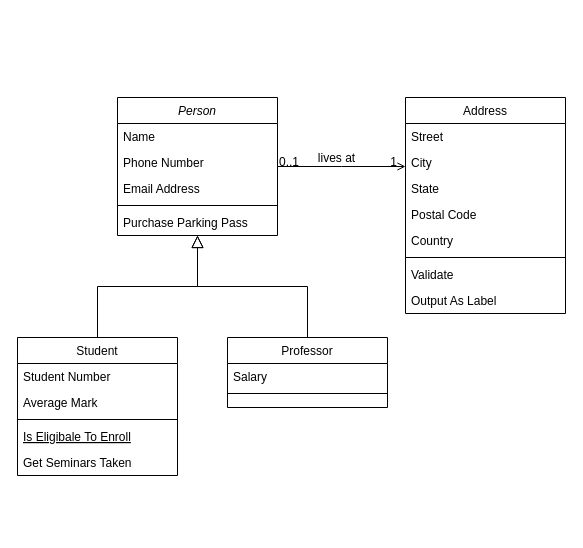
This is Untitled Diagram.drawio from SantiagoTangarife/reto3, a draw.io file, before an edit. Source tidied: cells renumbered, new cells numbered last; positions are measured from the earlier drawing's top-left corner, leaving out a move shared by most shapes. Both pictures are drawn from the tidied source at 100%, with x=0, y=0 at pixel (17, 97).
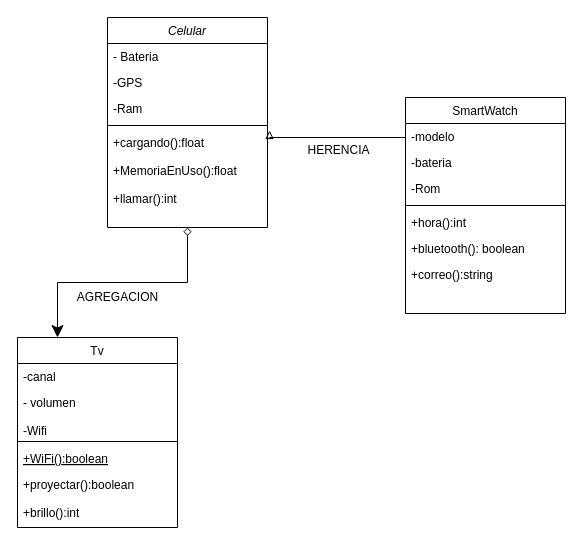
The same page after the edit.

Commit message:
RETO 3 ARLEY SANTIAGO TANGARIFE

Diff of the diagram source:
```diff
@@
-    <mxCell id="2" value="Person" style="swimlane;fontStyle=2;align=center;verticalAlign=top;horizontal=1;startSize=26;rounded=0;shadow=0;strokeWidth=1;" parent="1" vertex="1">
-      <mxGeometry x="100" width="160" height="138" as="geometry" />
+    <mxCell id="2" value="Celular" style="swimlane;fontStyle=2;align=center;verticalAlign=top;horizontal=1;startSize=26;rounded=0;shadow=0;strokeWidth=1;" parent="1" vertex="1">
+      <mxGeometry x="90" y="-80" width="160" height="210" as="geometry" />
     </mxCell>
-    <mxCell id="3" value="Name" style="text;align=left;verticalAlign=top;spacingLeft=4;spacingRight=4;overflow=hidden;" parent="2" vertex="1">
+    <mxCell id="3" value="- Bateria" style="text;align=left;verticalAlign=top;spacingLeft=4;spacingRight=4;overflow=hidden;" parent="2" vertex="1">
       <mxGeometry y="26" width="160" height="26" as="geometry" />
     </mxCell>
-    <mxCell id="4" value="Phone Number" style="text;align=left;verticalAlign=top;spacingLeft=4;spacingRight=4;overflow=hidden;rounded=0;shadow=0;html=0;" parent="2" vertex="1">
+    <mxCell id="4" value="-GPS" style="text;align=left;verticalAlign=top;spacingLeft=4;spacingRight=4;overflow=hidden;rounded=0;shadow=0;html=0;" parent="2" vertex="1">
       <mxGeometry y="52" width="160" height="26" as="geometry" />
     </mxCell>
-    <mxCell id="5" value="Email Address" style="text;align=left;verticalAlign=top;spacingLeft=4;spacingRight=4;overflow=hidden;rounded=0;shadow=0;html=0;" parent="2" vertex="1">
+    <mxCell id="5" value="-Ram" style="text;align=left;verticalAlign=top;spacingLeft=4;spacingRight=4;overflow=hidden;rounded=0;shadow=0;html=0;" parent="2" vertex="1">
       <mxGeometry y="78" width="160" height="26" as="geometry" />
     </mxCell>
@@
-    <mxCell id="7" value="Purchase Parking Pass" style="text;align=left;verticalAlign=top;spacingLeft=4;spacingRight=4;overflow=hidden;points=[[0,0.5],[1,0.5]];portConstraint=eastwest;" parent="2" vertex="1">
-      <mxGeometry y="112" width="160" height="26" as="geometry" />
+    <mxCell id="7" value="+cargando():float&#10;&#10;+MemoriaEnUso():float&#10;&#10;+llamar():int" style="text;align=left;verticalAlign=top;spacingLeft=4;spacingRight=4;overflow=hidden;points=[[0,0.5],[1,0.5]];portConstraint=eastwest;" parent="2" vertex="1">
+      <mxGeometry y="112" width="160" height="88" as="geometry" />
     </mxCell>
-    <mxCell id="8" value="Student" style="swimlane;fontStyle=0;align=center;verticalAlign=top;horizontal=1;startSize=26;rounded=0;shadow=0;strokeWidth=1;" parent="1" vertex="1">
-      <mxGeometry y="240" width="160" height="138" as="geometry" />
+    <mxCell id="8" value="Tv" style="swimlane;fontStyle=0;align=center;verticalAlign=top;horizontal=1;startSize=26;rounded=0;shadow=0;strokeWidth=1;" parent="1" vertex="1">
+      <mxGeometry y="240" width="160" height="190" as="geometry" />
     </mxCell>
-    <mxCell id="9" value="Student Number" style="text;align=left;verticalAlign=top;spacingLeft=4;spacingRight=4;overflow=hidden;" parent="8" vertex="1">
+    <mxCell id="9" value="-canal" style="text;align=left;verticalAlign=top;spacingLeft=4;spacingRight=4;overflow=hidden;" parent="8" vertex="1">
       <mxGeometry y="26" width="160" height="26" as="geometry" />
     </mxCell>
-    <mxCell id="10" value="Average Mark" style="text;align=left;verticalAlign=top;spacingLeft=4;spacingRight=4;overflow=hidden;rounded=0;shadow=0;html=0;" parent="8" vertex="1">
-      <mxGeometry y="52" width="160" height="26" as="geometry" />
+    <mxCell id="10" value="- volumen&#10;&#10;-Wifi" style="text;align=left;verticalAlign=top;spacingLeft=4;spacingRight=4;overflow=hidden;rounded=0;shadow=0;html=0;" parent="8" vertex="1">
+      <mxGeometry y="52" width="160" height="48" as="geometry" />
     </mxCell>
     <mxCell id="11" style="line;html=1;strokeWidth=1;align=left;verticalAlign=middle;spacingTop=-1;spacingLeft=3;spacingRight=3;labelPosition=right;" parent="8" vertex="1">
-      <mxGeometry y="78" width="160" height="8" as="geometry" />
+      <mxGeometry y="100" width="160" height="8" as="geometry" />
     </mxCell>
-    <mxCell id="12" value="Is Eligibale To Enroll" style="text;align=left;verticalAlign=top;spacingLeft=4;spacingRight=4;overflow=hidden;fontStyle=4;" parent="8" vertex="1">
-      <mxGeometry y="86" width="160" height="26" as="geometry" />
+    <mxCell id="12" value="+WiFi():boolean" style="text;align=left;verticalAlign=top;spacingLeft=4;spacingRight=4;overflow=hidden;fontStyle=4;" parent="8" vertex="1">
+      <mxGeometry y="108" width="160" height="26" as="geometry" />
     </mxCell>
-    <mxCell id="13" value="Get Seminars Taken" style="text;align=left;verticalAlign=top;spacingLeft=4;spacingRight=4;overflow=hidden;" parent="8" vertex="1">
-      <mxGeometry y="112" width="160" height="26" as="geometry" />
+    <mxCell id="13" value="+proyectar():boolean&#10;&#10;+brillo():int" style="text;align=left;verticalAlign=top;spacingLeft=4;spacingRight=4;overflow=hidden;" parent="8" vertex="1">
+      <mxGeometry y="134" width="160" height="56" as="geometry" />
     </mxCell>
-    <mxCell id="14" style="endArrow=block;endSize=10;endFill=0;shadow=0;strokeWidth=1;rounded=0;edgeStyle=elbowEdgeStyle;elbow=vertical;" parent="1" edge="1" source="8" target="2">
+    <mxCell id="14" style="endArrow=classic;endSize=10;endFill=1;shadow=0;strokeWidth=1;rounded=0;edgeStyle=elbowEdgeStyle;elbow=vertical;entryX=0.25;entryY=0;entryDx=0;entryDy=0;exitX=0.5;exitY=1;exitDx=0;exitDy=0;startArrow=diamond;startFill=0;" parent="1" edge="1" source="2" target="8">
       <mxGeometry relative="1" as="geometry" />
     </mxCell>
-    <mxCell id="15" value="Professor" style="swimlane;fontStyle=0;align=center;verticalAlign=top;horizontal=1;startSize=26;rounded=0;shadow=0;strokeWidth=1;" parent="1" vertex="1">
-      <mxGeometry x="210" y="240" width="160" height="70" as="geometry" />
-    </mxCell>
-    <mxCell id="16" value="Salary" style="text;align=left;verticalAlign=top;spacingLeft=4;spacingRight=4;overflow=hidden;" parent="15" vertex="1">
-      <mxGeometry y="26" width="160" height="26" as="geometry" />
-    </mxCell>
-    <mxCell id="17" style="line;html=1;strokeWidth=1;align=left;verticalAlign=middle;spacingTop=-1;spacingLeft=3;spacingRight=3;labelPosition=right;" parent="15" vertex="1">
-      <mxGeometry y="52" width="160" height="8" as="geometry" />
-    </mxCell>
-    <mxCell id="18" style="endArrow=block;endSize=10;endFill=0;shadow=0;strokeWidth=1;rounded=0;edgeStyle=elbowEdgeStyle;elbow=vertical;" parent="1" edge="1" source="15" target="2">
-      <mxGeometry relative="1" as="geometry" />
-    </mxCell>
-    <mxCell id="19" value="Address" style="swimlane;fontStyle=0;align=center;verticalAlign=top;horizontal=1;startSize=26;rounded=0;shadow=0;strokeWidth=1;" parent="1" vertex="1">
+    <mxCell id="19" value="SmartWatch" style="swimlane;fontStyle=0;align=center;verticalAlign=top;horizontal=1;startSize=26;rounded=0;shadow=0;strokeWidth=1;" parent="1" vertex="1">
       <mxGeometry x="388" width="160" height="216" as="geometry" />
     </mxCell>
-    <mxCell id="20" value="Street" style="text;align=left;verticalAlign=top;spacingLeft=4;spacingRight=4;overflow=hidden;" parent="19" vertex="1">
+    <mxCell id="20" value="-modelo" style="text;align=left;verticalAlign=top;spacingLeft=4;spacingRight=4;overflow=hidden;" parent="19" vertex="1">
       <mxGeometry y="26" width="160" height="26" as="geometry" />
     </mxCell>
-    <mxCell id="21" value="City" style="text;align=left;verticalAlign=top;spacingLeft=4;spacingRight=4;overflow=hidden;rounded=0;shadow=0;html=0;" parent="19" vertex="1">
+    <mxCell id="21" value="-bateria" style="text;align=left;verticalAlign=top;spacingLeft=4;spacingRight=4;overflow=hidden;rounded=0;shadow=0;html=0;" parent="19" vertex="1">
       <mxGeometry y="52" width="160" height="26" as="geometry" />
     </mxCell>
-    <mxCell id="22" value="State" style="text;align=left;verticalAlign=top;spacingLeft=4;spacingRight=4;overflow=hidden;rounded=0;shadow=0;html=0;" parent="19" vertex="1">
+    <mxCell id="22" value="-Rom" style="text;align=left;verticalAlign=top;spacingLeft=4;spacingRight=4;overflow=hidden;rounded=0;shadow=0;html=0;" parent="19" vertex="1">
       <mxGeometry y="78" width="160" height="26" as="geometry" />
     </mxCell>
+    <mxCell id="25" style="line;html=1;strokeWidth=1;align=left;verticalAlign=middle;spacingTop=-1;spacingLeft=3;spacingRight=3;labelPosition=right;" parent="19" vertex="1">
+      <mxGeometry y="104" width="160" height="8" as="geometry" />
+    </mxCell>
-    <mxCell id="23" value="Postal Code" style="text;align=left;verticalAlign=top;spacingLeft=4;spacingRight=4;overflow=hidden;points=[[0,0.5],[1,0.5]];portConstraint=eastwest;rounded=0;shadow=0;html=0;" parent="19" vertex="1">
-      <mxGeometry y="104" width="160" height="26" as="geometry" />
+    <mxCell id="23" value="+hora():int" style="text;align=left;verticalAlign=top;spacingLeft=4;spacingRight=4;overflow=hidden;points=[[0,0.5],[1,0.5]];portConstraint=eastwest;rounded=0;shadow=0;html=0;" parent="19" vertex="1">
+      <mxGeometry y="112" width="160" height="26" as="geometry" />
     </mxCell>
-    <mxCell id="24" value="Country" style="text;align=left;verticalAlign=top;spacingLeft=4;spacingRight=4;overflow=hidden;rounded=0;shadow=0;html=0;" parent="19" vertex="1">
-      <mxGeometry y="130" width="160" height="26" as="geometry" />
+    <mxCell id="24" value="+bluetooth(): boolean" style="text;align=left;verticalAlign=top;spacingLeft=4;spacingRight=4;overflow=hidden;rounded=0;shadow=0;html=0;" parent="19" vertex="1">
+      <mxGeometry y="138" width="160" height="26" as="geometry" />
     </mxCell>
-    <mxCell id="25" style="line;html=1;strokeWidth=1;align=left;verticalAlign=middle;spacingTop=-1;spacingLeft=3;spacingRight=3;labelPosition=right;" parent="19" vertex="1">
-      <mxGeometry y="156" width="160" height="8" as="geometry" />
-    </mxCell>
-    <mxCell id="26" value="Validate" style="text;align=left;verticalAlign=top;spacingLeft=4;spacingRight=4;overflow=hidden;" parent="19" vertex="1">
+    <mxCell id="26" value="+correo():string" style="text;align=left;verticalAlign=top;spacingLeft=4;spacingRight=4;overflow=hidden;" parent="19" vertex="1">
       <mxGeometry y="164" width="160" height="26" as="geometry" />
     </mxCell>
-    <mxCell id="27" value="Output As Label" style="text;align=left;verticalAlign=top;spacingLeft=4;spacingRight=4;overflow=hidden;" parent="19" vertex="1">
-      <mxGeometry y="190" width="160" height="26" as="geometry" />
-    </mxCell>
-    <mxCell id="28" style="endArrow=open;shadow=0;strokeWidth=1;rounded=0;endFill=1;edgeStyle=elbowEdgeStyle;elbow=vertical;" parent="1" edge="1" source="2" target="19">
+    <mxCell id="28" style="endArrow=block;shadow=0;strokeWidth=1;rounded=0;endFill=0;edgeStyle=elbowEdgeStyle;elbow=vertical;exitX=0;exitY=-0.192;exitDx=0;exitDy=0;exitPerimeter=0;entryX=1.013;entryY=0.011;entryDx=0;entryDy=0;entryPerimeter=0;" parent="1" edge="1" source="23" target="7">
       <mxGeometry x="0.5" y="41" relative="1" as="geometry">
+        <Array as="points">
+          <mxPoint x="340" y="40" />
+        </Array>
         <mxPoint x="-40" y="32" as="offset" />
       </mxGeometry>
     </mxCell>
-    <mxCell id="29" value="0..1" style="align=left;verticalAlign=bottom;labelBackgroundColor=none;fontSize=12;" parent="28" vertex="1">
-      <mxGeometry x="-1" relative="1" as="geometry">
-        <mxPoint y="4" as="offset" />
-      </mxGeometry>
-    </mxCell>
-    <mxCell id="30" value="1" style="align=right;verticalAlign=bottom;labelBackgroundColor=none;fontSize=12;" parent="28" vertex="1">
-      <mxGeometry x="1" relative="1" as="geometry">
-        <mxPoint x="-7" y="4" as="offset" />
-      </mxGeometry>
-    </mxCell>
-    <mxCell id="31" value="lives at" style="text;html=1;align=center;verticalAlign=middle;labelBackgroundColor=none;rounded=0;shadow=0;strokeWidth=1;fontSize=12;" parent="28" vertex="1">
+    <mxCell id="31" value="HERENCIA" style="text;html=1;align=center;verticalAlign=middle;labelBackgroundColor=none;rounded=0;shadow=0;strokeWidth=1;fontSize=12;" parent="28" vertex="1">
       <mxGeometry x="0.5" y="49" relative="1" as="geometry">
-        <mxPoint x="-38" y="40" as="offset" />
+        <mxPoint x="22" y="-37" as="offset" />
       </mxGeometry>
     </mxCell>
+    <mxCell id="32" value="AGREGACION" style="text;html=1;align=center;verticalAlign=middle;fillColor=none;strokeColor=none;rounded=0;" parent="1" vertex="1">
+      <mxGeometry x="50" y="190" width="100" height="20" as="geometry" />
+    </mxCell>
```
